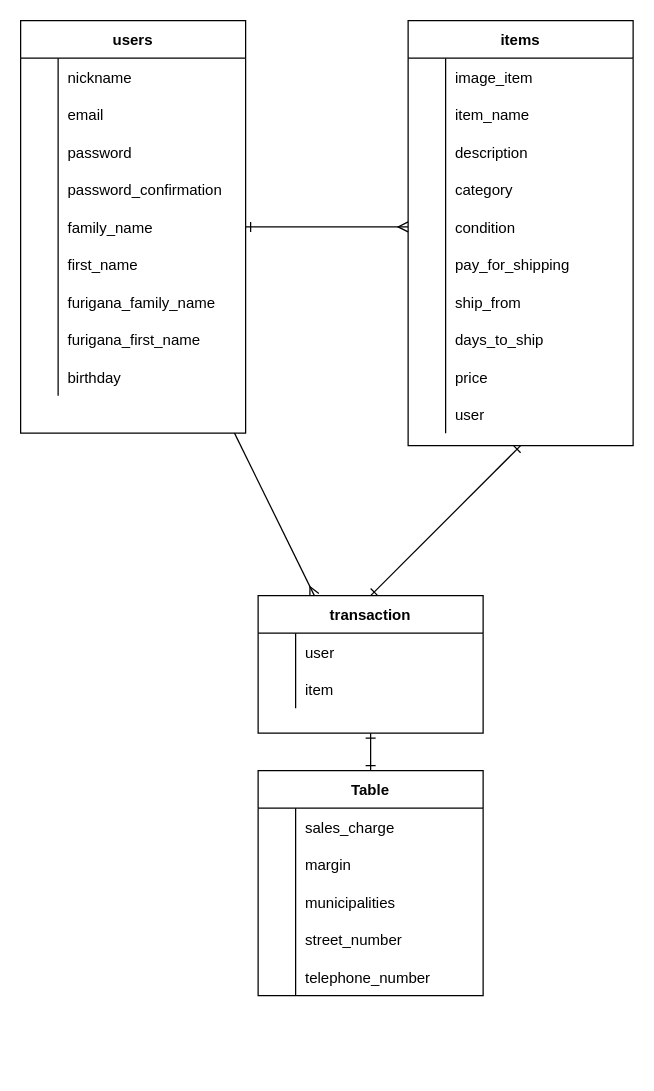
The draw.io diagram ER.dio in Emiri-Kakazu/2nd-furima-32894, before the edit. Source tidied: cells renumbered, new cells numbered last; positions are measured from the earlier drawing's top-left corner, leaving out a move shared by most shapes. Both pictures are drawn from the tidied source at 125%, with x=0, y=0 at pixel (20, 20).
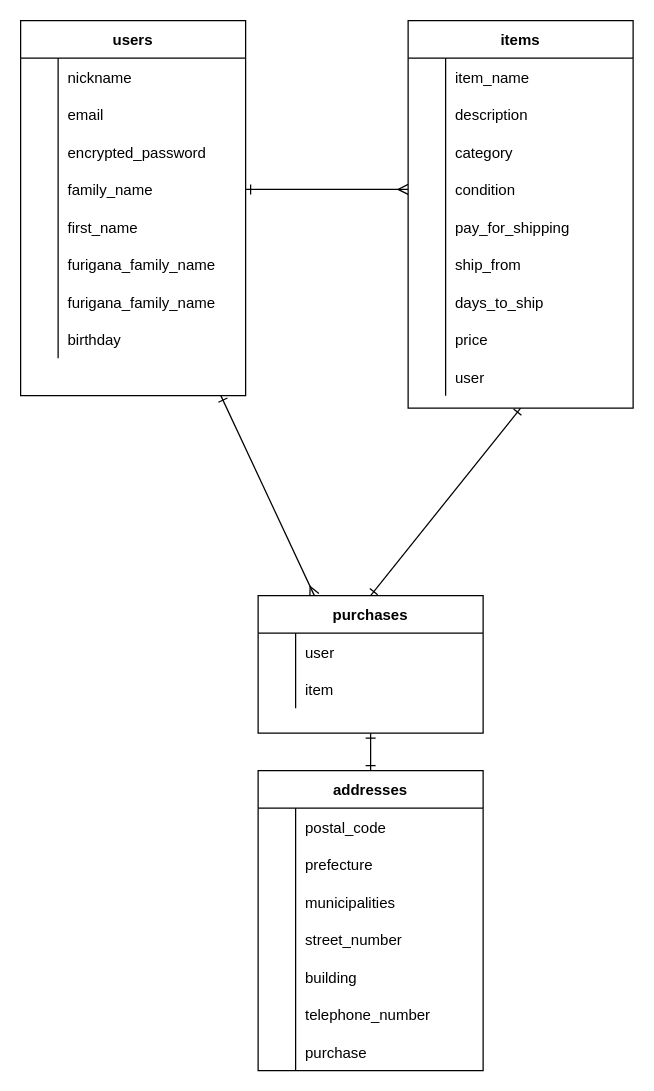
The same page after the edit.

Commit message (it also covers changes not shown here):
database-design-3

The change refers to these unchanged cells:
```xml
<mxCell id="10" style="shape=partialRectangle;fillColor=none;top=0;left=0;bottom=0;right=0;" parent="3" vertex="1">
  <mxGeometry y="90" width="180" height="30" as="geometry" />
</mxCell>
<mxCell id="64" style="shape=partialRectangle;fillColor=none;top=0;left=0;bottom=0;right=0;" parent="63" vertex="1">
  <mxGeometry y="30" width="180" height="30" as="geometry" />
</mxCell>
<mxCell id="67" style="shape=partialRectangle;fillColor=none;top=0;left=0;bottom=0;right=0;" parent="63" vertex="1">
  <mxGeometry y="60" width="180" height="30" as="geometry" />
</mxCell>
```

Change to the diagram source:
```diff
@@
-    <mxCell id="2" style="edgeStyle=none;html=1;entryX=0.25;entryY=0;entryDx=0;entryDy=0;fontSize=13;startArrow=none;startFill=0;endArrow=ERmany;endFill=0;" parent="1" edge="1" source="3" target="80">
+    <mxCell id="2" style="edgeStyle=none;html=1;entryX=0.25;entryY=0;entryDx=0;entryDy=0;fontSize=13;startArrow=ERone;startFill=0;endArrow=ERmany;endFill=0;" parent="1" edge="1" source="3" target="80">
       <mxGeometry relative="1" as="geometry" />
     </mxCell>
     <mxCell id="3" value="users" style="shape=table;startSize=30;childLayout=tableLayout;rowLines=0;fontStyle=1;align=center;" parent="1" vertex="1">
-      <mxGeometry width="180" height="330" as="geometry" />
+      <mxGeometry width="180" height="300" as="geometry" />
     </mxCell>
@@
-    <mxCell id="12" value="password" style="shape=partialRectangle;fillColor=none;top=0;left=0;bottom=0;right=0;align=left;spacingLeft=6;overflow=hidden;" parent="10" vertex="1">
+    <mxCell id="12" value="encrypted_password" style="shape=partialRectangle;fillColor=none;top=0;left=0;bottom=0;right=0;align=left;spacingLeft=6;overflow=hidden;" parent="10" vertex="1">
       <mxGeometry x="30" width="150" height="30" as="geometry" />
     </mxCell>
-    <mxCell id="13" style="shape=partialRectangle;fillColor=none;top=0;left=0;bottom=0;right=0;" parent="3" vertex="1">
-      <mxGeometry y="120" width="180" height="30" as="geometry" />
-    </mxCell>
-    <mxCell id="14" style="shape=partialRectangle;fillColor=none;top=0;left=0;bottom=0;right=0;overflow=hidden;" parent="13" vertex="1">
-      <mxGeometry width="30" height="30" as="geometry" />
-    </mxCell>
-    <mxCell id="15" value="password_confirmation" style="shape=partialRectangle;fillColor=none;top=0;left=0;bottom=0;right=0;align=left;spacingLeft=6;overflow=hidden;" parent="13" vertex="1">
-      <mxGeometry x="30" width="150" height="30" as="geometry" />
-    </mxCell>
     <mxCell id="16" style="shape=partialRectangle;fillColor=none;top=0;left=0;bottom=0;right=0;points=[[0,0.5],[1,0.5]];portConstraint=eastwest;" parent="3" vertex="1">
-      <mxGeometry y="150" width="180" height="30" as="geometry" />
+      <mxGeometry y="120" width="180" height="30" as="geometry" />
     </mxCell>
@@
     <mxCell id="19" style="shape=partialRectangle;fillColor=none;top=0;left=0;bottom=0;right=0;" parent="3" vertex="1">
-      <mxGeometry y="180" width="180" height="30" as="geometry" />
+      <mxGeometry y="150" width="180" height="30" as="geometry" />
     </mxCell>
@@
     <mxCell id="22" style="shape=partialRectangle;fillColor=none;top=0;left=0;bottom=0;right=0;" parent="3" vertex="1">
-      <mxGeometry y="210" width="180" height="30" as="geometry" />
+      <mxGeometry y="180" width="180" height="30" as="geometry" />
     </mxCell>
@@
-    <mxCell id="25" style="shape=partialRectangle;fillColor=none;top=0;left=0;bottom=0;right=0;" parent="3" vertex="1">
-      <mxGeometry y="240" width="180" height="30" as="geometry" />
-    </mxCell>
-    <mxCell id="26" style="shape=partialRectangle;fillColor=none;top=0;left=0;bottom=0;right=0;overflow=hidden;" parent="25" vertex="1">
-      <mxGeometry width="30" height="30" as="geometry" />
-    </mxCell>
-    <mxCell id="27" value="furigana_first_name" style="shape=partialRectangle;fillColor=none;top=0;left=0;bottom=0;right=0;align=left;spacingLeft=6;overflow=hidden;" parent="25" vertex="1">
-      <mxGeometry x="30" width="150" height="30" as="geometry" />
-    </mxCell>
+    <mxCell id="88" style="shape=partialRectangle;fillColor=none;top=0;left=0;bottom=0;right=0;" parent="3" vertex="1">
+      <mxGeometry y="210" width="180" height="30" as="geometry" />
+    </mxCell>
+    <mxCell id="89" style="shape=partialRectangle;fillColor=none;top=0;left=0;bottom=0;right=0;overflow=hidden;" parent="88" vertex="1">
+      <mxGeometry width="30" height="30" as="geometry" />
+    </mxCell>
+    <mxCell id="90" value="furigana_family_name" style="shape=partialRectangle;fillColor=none;top=0;left=0;bottom=0;right=0;align=left;spacingLeft=6;overflow=hidden;" parent="88" vertex="1">
+      <mxGeometry x="30" width="150" height="30" as="geometry" />
+    </mxCell>
     <mxCell id="28" style="shape=partialRectangle;fillColor=none;top=0;left=0;bottom=0;right=0;" parent="3" vertex="1">
-      <mxGeometry y="270" width="180" height="30" as="geometry" />
+      <mxGeometry y="240" width="180" height="30" as="geometry" />
     </mxCell>
@@
     <mxCell id="32" value="items" style="shape=table;startSize=30;childLayout=tableLayout;rowLines=0;fontStyle=1;align=center;" parent="1" vertex="1">
-      <mxGeometry x="310" width="180" height="340" as="geometry" />
+      <mxGeometry x="310" width="180" height="310" as="geometry" />
     </mxCell>
-    <mxCell id="33" style="shape=partialRectangle;fillColor=none;top=0;left=0;bottom=0;right=0;" parent="32" vertex="1">
-      <mxGeometry y="30" width="180" height="30" as="geometry" />
-    </mxCell>
-    <mxCell id="34" style="shape=partialRectangle;fillColor=none;top=0;left=0;bottom=0;right=0;overflow=hidden;" parent="33" vertex="1">
-      <mxGeometry width="30" height="30" as="geometry" />
-    </mxCell>
-    <mxCell id="35" value="image_item" style="shape=partialRectangle;fillColor=none;top=0;left=0;bottom=0;right=0;align=left;spacingLeft=6;overflow=hidden;" parent="33" vertex="1">
-      <mxGeometry x="30" width="150" height="30" as="geometry" />
-    </mxCell>
     <mxCell id="36" style="shape=partialRectangle;fillColor=none;top=0;left=0;bottom=0;right=0;" parent="32" vertex="1">
-      <mxGeometry y="60" width="180" height="30" as="geometry" />
+      <mxGeometry y="30" width="180" height="30" as="geometry" />
     </mxCell>
@@
     <mxCell id="39" style="shape=partialRectangle;fillColor=none;top=0;left=0;bottom=0;right=0;" parent="32" vertex="1">
-      <mxGeometry y="90" width="180" height="30" as="geometry" />
+      <mxGeometry y="60" width="180" height="30" as="geometry" />
     </mxCell>
@@
     <mxCell id="42" style="shape=partialRectangle;fillColor=none;top=0;left=0;bottom=0;right=0;" parent="32" vertex="1">
-      <mxGeometry y="120" width="180" height="30" as="geometry" />
+      <mxGeometry y="90" width="180" height="30" as="geometry" />
     </mxCell>
@@
     <mxCell id="45" style="shape=partialRectangle;fillColor=none;top=0;left=0;bottom=0;right=0;points=[[0,0.5],[1,0.5]];portConstraint=eastwest;" parent="32" vertex="1">
-      <mxGeometry y="150" width="180" height="30" as="geometry" />
+      <mxGeometry y="120" width="180" height="30" as="geometry" />
     </mxCell>
@@
     <mxCell id="48" style="shape=partialRectangle;fillColor=none;top=0;left=0;bottom=0;right=0;" parent="32" vertex="1">
-      <mxGeometry y="180" width="180" height="30" as="geometry" />
+      <mxGeometry y="150" width="180" height="30" as="geometry" />
     </mxCell>
@@
     <mxCell id="51" style="shape=partialRectangle;fillColor=none;top=0;left=0;bottom=0;right=0;" parent="32" vertex="1">
-      <mxGeometry y="210" width="180" height="30" as="geometry" />
+      <mxGeometry y="180" width="180" height="30" as="geometry" />
     </mxCell>
@@
     <mxCell id="54" style="shape=partialRectangle;fillColor=none;top=0;left=0;bottom=0;right=0;" parent="32" vertex="1">
-      <mxGeometry y="240" width="180" height="30" as="geometry" />
+      <mxGeometry y="210" width="180" height="30" as="geometry" />
     </mxCell>
@@
     <mxCell id="57" style="shape=partialRectangle;fillColor=none;top=0;left=0;bottom=0;right=0;" parent="32" vertex="1">
-      <mxGeometry y="270" width="180" height="30" as="geometry" />
+      <mxGeometry y="240" width="180" height="30" as="geometry" />
     </mxCell>
@@
     <mxCell id="60" style="shape=partialRectangle;fillColor=none;top=0;left=0;bottom=0;right=0;" parent="32" vertex="1">
-      <mxGeometry y="300" width="180" height="30" as="geometry" />
+      <mxGeometry y="270" width="180" height="30" as="geometry" />
     </mxCell>
@@
-    <mxCell id="63" value="Table" style="shape=table;startSize=30;childLayout=tableLayout;rowLines=0;fontStyle=1;align=center;" parent="1" vertex="1">
-      <mxGeometry x="190" y="600" width="180" height="180" as="geometry" />
+    <mxCell id="63" value="addresses" style="shape=table;startSize=30;childLayout=tableLayout;rowLines=0;fontStyle=1;align=center;" parent="1" vertex="1">
+      <mxGeometry x="190" y="600" width="180" height="240" as="geometry" />
     </mxCell>
@@
-    <mxCell id="66" value="sales_charge" style="shape=partialRectangle;fillColor=none;top=0;left=0;bottom=0;right=0;align=left;spacingLeft=6;overflow=hidden;" parent="64" vertex="1">
+    <mxCell id="66" value="postal_code" style="shape=partialRectangle;fillColor=none;top=0;left=0;bottom=0;right=0;align=left;spacingLeft=6;overflow=hidden;" parent="64" vertex="1">
       <mxGeometry x="30" width="150" height="30" as="geometry" />
     </mxCell>
@@
-    <mxCell id="69" value="margin" style="shape=partialRectangle;fillColor=none;top=0;left=0;bottom=0;right=0;align=left;spacingLeft=6;overflow=hidden;" parent="67" vertex="1">
+    <mxCell id="69" value="prefecture" style="shape=partialRectangle;fillColor=none;top=0;left=0;bottom=0;right=0;align=left;spacingLeft=6;overflow=hidden;" parent="67" vertex="1">
       <mxGeometry x="30" width="150" height="30" as="geometry" />
     </mxCell>
@@
+    <mxCell id="91" style="shape=partialRectangle;fillColor=none;top=0;left=0;bottom=0;right=0;" parent="63" vertex="1">
+      <mxGeometry y="150" width="180" height="30" as="geometry" />
+    </mxCell>
+    <mxCell id="92" style="shape=partialRectangle;fillColor=none;top=0;left=0;bottom=0;right=0;overflow=hidden;" parent="91" vertex="1">
+      <mxGeometry width="30" height="30" as="geometry" />
+    </mxCell>
+    <mxCell id="93" value="building" style="shape=partialRectangle;fillColor=none;top=0;left=0;bottom=0;right=0;align=left;spacingLeft=6;overflow=hidden;" parent="91" vertex="1">
+      <mxGeometry x="30" width="150" height="30" as="geometry" />
+    </mxCell>
     <mxCell id="76" style="shape=partialRectangle;fillColor=none;top=0;left=0;bottom=0;right=0;" parent="63" vertex="1">
-      <mxGeometry y="150" width="180" height="30" as="geometry" />
+      <mxGeometry y="180" width="180" height="30" as="geometry" />
     </mxCell>
@@
+    <mxCell id="94" style="shape=partialRectangle;fillColor=none;top=0;left=0;bottom=0;right=0;" parent="63" vertex="1">
+      <mxGeometry y="210" width="180" height="30" as="geometry" />
+    </mxCell>
+    <mxCell id="95" style="shape=partialRectangle;fillColor=none;top=0;left=0;bottom=0;right=0;overflow=hidden;" parent="94" vertex="1">
+      <mxGeometry width="30" height="30" as="geometry" />
+    </mxCell>
+    <mxCell id="96" value="purchase" style="shape=partialRectangle;fillColor=none;top=0;left=0;bottom=0;right=0;align=left;spacingLeft=6;overflow=hidden;" parent="94" vertex="1">
+      <mxGeometry x="30" width="150" height="30" as="geometry" />
+    </mxCell>
@@
-    <mxCell id="80" value="transaction" style="shape=table;startSize=30;childLayout=tableLayout;rowLines=0;fontStyle=1;align=center;" parent="1" vertex="1">
+    <mxCell id="80" value="purchases" style="shape=table;startSize=30;childLayout=tableLayout;rowLines=0;fontStyle=1;align=center;" parent="1" vertex="1">
       <mxGeometry x="190" y="460" width="180" height="110" as="geometry" />
     </mxCell>
```
